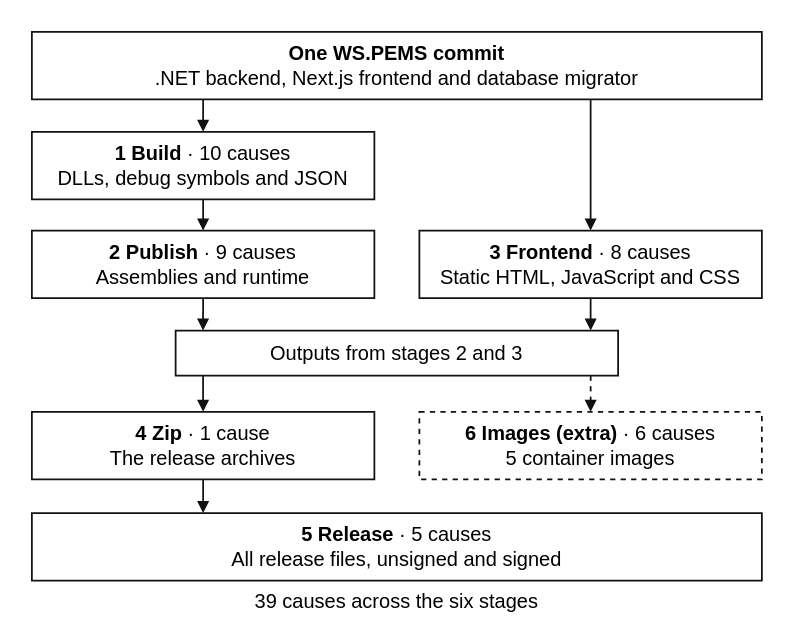
Before: 1-ws-pems/figures/rq1-stages-overview.drawio in leosakharoff/dotnet-rebuild-experiments, a draw.io diagram. Source tidied: cells renumbered, new cells numbered last; positions are measured from the earlier drawing's top-left corner, leaving out a move shared by most shapes. Both pictures are drawn from the tidied source at 125%, with x=0, y=0 at pixel (31, 31).
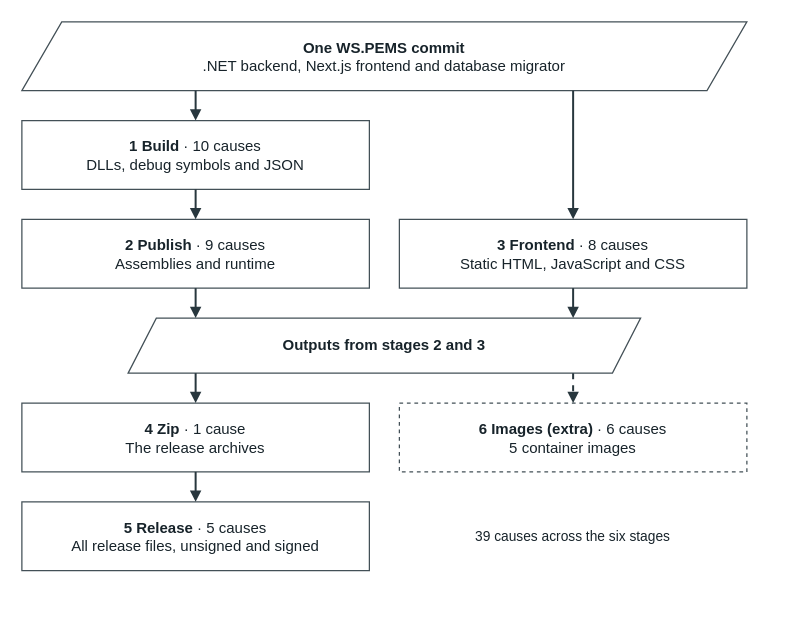
Above is the later version.

Commit message (it also covers changes not shown here):
RQ1 stages and procedure figures in the house style; the procedure as a loop

The edit, as a diff of the source:
```diff
@@
-<mxGraphModel background="#FFFFFF">
+<mxGraphModel background="#ffffff">
   <root>
     <mxCell id="0" />
     <mxCell id="1" parent="0" />
-    <mxCell id="2" value="&lt;b&gt;One WS.PEMS commit&lt;/b&gt;&lt;br&gt;.NET backend, Next.js frontend and database migrator" style="rounded=0;html=1;whiteSpace=wrap;align=center;verticalAlign=middle;spacing=4;fontFamily=Helvetica;fontSize=16;fontColor=#000000;fillColor=#ffffff;strokeColor=#111111;strokeWidth=1.4;" parent="1" vertex="1">
-      <mxGeometry width="584" height="54" as="geometry" />
+    <mxCell id="2" value="&lt;b&gt;One WS.PEMS commit&lt;/b&gt;&lt;br&gt;.NET backend, Next.js frontend and database migrator" style="shape=parallelogram;size=0.055;fillColor=#ffffff;strokeColor=#435057;html=1;whiteSpace=wrap;align=center;verticalAlign=middle;fontFamily=Helvetica;fontSize=12;fontColor=#17232a;strokeWidth=1;spacing=12;" parent="1" vertex="1">
+      <mxGeometry x="-8" y="-8" width="580" height="55" as="geometry" />
     </mxCell>
-    <mxCell id="3" value="&lt;b&gt;1 Build&lt;/b&gt; · 10 causes&lt;br&gt;DLLs, debug symbols and JSON" style="rounded=0;html=1;whiteSpace=wrap;align=center;verticalAlign=middle;spacing=4;fontFamily=Helvetica;fontSize=16;fontColor=#000000;fillColor=#ffffff;strokeColor=#111111;strokeWidth=1.4;" parent="1" vertex="1">
-      <mxGeometry y="80" width="274" height="54" as="geometry" />
+    <mxCell id="3" value="&lt;b&gt;1 Build&lt;/b&gt; · 10 causes&lt;br&gt;DLLs, debug symbols and JSON" style="rounded=0;fillColor=#ffffff;strokeColor=#435057;html=1;whiteSpace=wrap;align=center;verticalAlign=middle;fontFamily=Helvetica;fontSize=12;fontColor=#17232a;strokeWidth=1;spacing=12;" parent="1" vertex="1">
+      <mxGeometry x="-8" y="71" width="278" height="55" as="geometry" />
     </mxCell>
-    <mxCell id="4" value="&lt;b&gt;2 Publish&lt;/b&gt; · 9 causes&lt;br&gt;Assemblies and runtime" style="rounded=0;html=1;whiteSpace=wrap;align=center;verticalAlign=middle;spacing=4;fontFamily=Helvetica;fontSize=16;fontColor=#000000;fillColor=#ffffff;strokeColor=#111111;strokeWidth=1.4;" parent="1" vertex="1">
-      <mxGeometry y="159" width="274" height="54" as="geometry" />
+    <mxCell id="4" value="&lt;b&gt;2 Publish&lt;/b&gt; · 9 causes&lt;br&gt;Assemblies and runtime" style="rounded=0;fillColor=#ffffff;strokeColor=#435057;html=1;whiteSpace=wrap;align=center;verticalAlign=middle;fontFamily=Helvetica;fontSize=12;fontColor=#17232a;strokeWidth=1;spacing=12;" parent="1" vertex="1">
+      <mxGeometry x="-8" y="150" width="278" height="55" as="geometry" />
     </mxCell>
-    <mxCell id="5" value="&lt;b&gt;3 Frontend&lt;/b&gt; · 8 causes&lt;br&gt;Static HTML, JavaScript and CSS" style="rounded=0;html=1;whiteSpace=wrap;align=center;verticalAlign=middle;spacing=4;fontFamily=Helvetica;fontSize=16;fontColor=#000000;fillColor=#ffffff;strokeColor=#111111;strokeWidth=1.4;" parent="1" vertex="1">
-      <mxGeometry x="310" y="159" width="274" height="54" as="geometry" />
+    <mxCell id="5" value="&lt;b&gt;3 Frontend&lt;/b&gt; · 8 causes&lt;br&gt;Static HTML, JavaScript and CSS" style="rounded=0;fillColor=#ffffff;strokeColor=#435057;html=1;whiteSpace=wrap;align=center;verticalAlign=middle;fontFamily=Helvetica;fontSize=12;fontColor=#17232a;strokeWidth=1;spacing=12;" parent="1" vertex="1">
+      <mxGeometry x="294" y="150" width="278" height="55" as="geometry" />
     </mxCell>
-    <mxCell id="6" value="Outputs from stages 2 and 3" style="rounded=0;html=1;whiteSpace=wrap;align=center;verticalAlign=middle;spacing=4;fontFamily=Helvetica;fontSize=16;fontColor=#000000;fillColor=#ffffff;strokeColor=#111111;strokeWidth=1.4;" parent="1" vertex="1">
-      <mxGeometry x="115" y="239" width="354" height="36" as="geometry" />
+    <mxCell id="6" value="&lt;b&gt;Outputs from stages 2 and 3&lt;/b&gt;" style="shape=parallelogram;size=0.055;fillColor=#ffffff;strokeColor=#435057;html=1;whiteSpace=wrap;align=center;verticalAlign=middle;fontFamily=Helvetica;fontSize=12;fontColor=#17232a;strokeWidth=1;spacing=12;" parent="1" vertex="1">
+      <mxGeometry x="77" y="229" width="410" height="44" as="geometry" />
     </mxCell>
-    <mxCell id="7" value="&lt;b&gt;4 Zip&lt;/b&gt; · 1 cause&lt;br&gt;The release archives" style="rounded=0;html=1;whiteSpace=wrap;align=center;verticalAlign=middle;spacing=4;fontFamily=Helvetica;fontSize=16;fontColor=#000000;fillColor=#ffffff;strokeColor=#111111;strokeWidth=1.4;" parent="1" vertex="1">
-      <mxGeometry y="304" width="274" height="54" as="geometry" />
+    <mxCell id="7" value="&lt;b&gt;4 Zip&lt;/b&gt; · 1 cause&lt;br&gt;The release archives" style="rounded=0;fillColor=#ffffff;strokeColor=#435057;html=1;whiteSpace=wrap;align=center;verticalAlign=middle;fontFamily=Helvetica;fontSize=12;fontColor=#17232a;strokeWidth=1;spacing=12;" parent="1" vertex="1">
+      <mxGeometry x="-8" y="297" width="278" height="55" as="geometry" />
     </mxCell>
-    <mxCell id="8" value="&lt;b&gt;6 Images (extra)&lt;/b&gt; · 6 causes&lt;br&gt;5 container images" style="rounded=0;html=1;whiteSpace=wrap;align=center;verticalAlign=middle;spacing=4;fontFamily=Helvetica;fontSize=16;fontColor=#000000;fillColor=#ffffff;strokeColor=#111111;strokeWidth=1.4;dashed=1;" parent="1" vertex="1">
-      <mxGeometry x="310" y="304" width="274" height="54" as="geometry" />
+    <mxCell id="8" value="&lt;b&gt;6 Images (extra)&lt;/b&gt; · 6 causes&lt;br&gt;5 container images" style="rounded=0;fillColor=#ffffff;strokeColor=#435057;html=1;whiteSpace=wrap;align=center;verticalAlign=middle;fontFamily=Helvetica;fontSize=12;fontColor=#17232a;strokeWidth=1;spacing=12;dashed=1;" parent="1" vertex="1">
+      <mxGeometry x="294" y="297" width="278" height="55" as="geometry" />
     </mxCell>
-    <mxCell id="9" value="&lt;b&gt;5 Release&lt;/b&gt; · 5 causes&lt;br&gt;All release files, unsigned and signed" style="rounded=0;html=1;whiteSpace=wrap;align=center;verticalAlign=middle;spacing=4;fontFamily=Helvetica;fontSize=16;fontColor=#000000;fillColor=#ffffff;strokeColor=#111111;strokeWidth=1.4;" parent="1" vertex="1">
-      <mxGeometry y="385" width="584" height="54" as="geometry" />
+    <mxCell id="9" value="&lt;b&gt;5 Release&lt;/b&gt; · 5 causes&lt;br&gt;All release files, unsigned and signed" style="rounded=0;fillColor=#ffffff;strokeColor=#435057;html=1;whiteSpace=wrap;align=center;verticalAlign=middle;fontFamily=Helvetica;fontSize=12;fontColor=#17232a;strokeWidth=1;spacing=12;" parent="1" vertex="1">
+      <mxGeometry x="-8" y="376" width="278" height="55" as="geometry" />
     </mxCell>
-    <mxCell id="10" value="39 causes across the six stages" style="rounded=0;html=1;whiteSpace=wrap;align=center;verticalAlign=middle;spacing=4;fontFamily=Helvetica;fontSize=16;fontColor=#000000;fillColor=#ffffff;strokeColor=#111111;strokeWidth=1.4;strokeColor=none;fillColor=none;" parent="1" vertex="1">
-      <mxGeometry y="442" width="584" height="26" as="geometry" />
+    <mxCell id="10" value="39 causes across the six stages" style="fillColor=none;strokeColor=none;html=1;whiteSpace=wrap;align=center;verticalAlign=middle;fontFamily=Helvetica;fontSize=11;fontColor=#17232a;strokeWidth=1;spacing=0;" parent="1" vertex="1">
+      <mxGeometry x="294" y="376" width="278" height="55" as="geometry" />
     </mxCell>
-    <mxCell id="11" style="edgeStyle=none;rounded=0;html=1;endArrow=block;endFill=1;strokeColor=#111111;strokeWidth=1.4;exitX=0.2346;exitY=1;entryX=0.5;entryY=0;" parent="1" edge="1" source="2" target="3">
+    <mxCell id="11" style="html=1;strokeColor=#28373e;strokeWidth=1.6;endArrow=block;endFill=1;endSize=5;edgeStyle=none;jumpStyle=none;exitX=0.2396551724137931;exitY=1;entryX=0.5;entryY=0;exitPerimeter=0;entryPerimeter=0;rounded=0;" parent="1" edge="1" source="2" target="3">
       <mxGeometry relative="1" as="geometry" />
     </mxCell>
-    <mxCell id="12" style="edgeStyle=none;rounded=0;html=1;endArrow=block;endFill=1;strokeColor=#111111;strokeWidth=1.4;exitX=0.7654;exitY=1;entryX=0.5;entryY=0;" parent="1" edge="1" source="2" target="5">
+    <mxCell id="12" style="html=1;strokeColor=#28373e;strokeWidth=1.6;endArrow=block;endFill=1;endSize=5;edgeStyle=none;jumpStyle=none;exitX=0.7603448275862069;exitY=1;entryX=0.5;entryY=0;exitPerimeter=0;entryPerimeter=0;rounded=0;" parent="1" edge="1" source="2" target="5">
       <mxGeometry relative="1" as="geometry" />
     </mxCell>
-    <mxCell id="13" style="edgeStyle=none;rounded=0;html=1;endArrow=block;endFill=1;strokeColor=#111111;strokeWidth=1.4;exitX=0.5;exitY=1;entryX=0.5;entryY=0;" parent="1" edge="1" source="3" target="4">
+    <mxCell id="13" style="html=1;strokeColor=#28373e;strokeWidth=1.6;endArrow=block;endFill=1;endSize=5;edgeStyle=none;jumpStyle=none;exitX=0.5;exitY=1;entryX=0.5;entryY=0;exitPerimeter=0;entryPerimeter=0;rounded=0;" parent="1" edge="1" source="3" target="4">
       <mxGeometry relative="1" as="geometry" />
     </mxCell>
-    <mxCell id="14" style="edgeStyle=none;rounded=0;html=1;endArrow=block;endFill=1;strokeColor=#111111;strokeWidth=1.4;exitX=0.5;exitY=1;entryX=0.062;entryY=0;" parent="1" edge="1" source="4" target="6">
+    <mxCell id="14" style="html=1;strokeColor=#28373e;strokeWidth=1.6;endArrow=block;endFill=1;endSize=5;edgeStyle=none;jumpStyle=none;exitX=0.5;exitY=1;entryX=0.13170731707317074;entryY=0;exitPerimeter=0;entryPerimeter=0;rounded=0;" parent="1" edge="1" source="4" target="6">
       <mxGeometry relative="1" as="geometry" />
     </mxCell>
-    <mxCell id="15" style="edgeStyle=none;rounded=0;html=1;endArrow=block;endFill=1;strokeColor=#111111;strokeWidth=1.4;exitX=0.5;exitY=1;entryX=0.938;entryY=0;" parent="1" edge="1" source="5" target="6">
+    <mxCell id="15" style="html=1;strokeColor=#28373e;strokeWidth=1.6;endArrow=block;endFill=1;endSize=5;edgeStyle=none;jumpStyle=none;exitX=0.5;exitY=1;entryX=0.8682926829268293;entryY=0;exitPerimeter=0;entryPerimeter=0;rounded=0;" parent="1" edge="1" source="5" target="6">
       <mxGeometry relative="1" as="geometry" />
     </mxCell>
-    <mxCell id="16" style="edgeStyle=none;rounded=0;html=1;endArrow=block;endFill=1;strokeColor=#111111;strokeWidth=1.4;exitX=0.062;exitY=1;entryX=0.5;entryY=0;" parent="1" edge="1" source="6" target="7">
+    <mxCell id="16" style="html=1;strokeColor=#28373e;strokeWidth=1.6;endArrow=block;endFill=1;endSize=5;edgeStyle=none;jumpStyle=none;exitX=0.13170731707317074;exitY=1;entryX=0.5;entryY=0;exitPerimeter=0;entryPerimeter=0;rounded=0;" parent="1" edge="1" source="6" target="7">
       <mxGeometry relative="1" as="geometry" />
     </mxCell>
-    <mxCell id="17" style="edgeStyle=none;rounded=0;html=1;endArrow=block;endFill=1;strokeColor=#111111;strokeWidth=1.4;exitX=0.938;exitY=1;entryX=0.5;entryY=0;dashed=1;" parent="1" edge="1" source="6" target="8">
+    <mxCell id="17" style="html=1;strokeColor=#28373e;strokeWidth=1.6;endArrow=block;endFill=1;endSize=5;edgeStyle=none;jumpStyle=none;exitX=0.8682926829268293;exitY=1;entryX=0.5;entryY=0;exitPerimeter=0;entryPerimeter=0;rounded=0;dashed=1;" parent="1" edge="1" source="6" target="8">
       <mxGeometry relative="1" as="geometry" />
     </mxCell>
-    <mxCell id="18" style="edgeStyle=none;rounded=0;html=1;endArrow=block;endFill=1;strokeColor=#111111;strokeWidth=1.4;exitX=0.5;exitY=1;entryX=0.2346;entryY=0;" parent="1" edge="1" source="7" target="9">
+    <mxCell id="18" style="html=1;strokeColor=#28373e;strokeWidth=1.6;endArrow=block;endFill=1;endSize=5;edgeStyle=none;jumpStyle=none;exitX=0.5;exitY=1;entryX=0.5;entryY=0;exitPerimeter=0;entryPerimeter=0;rounded=0;" parent="1" edge="1" source="7" target="9">
       <mxGeometry relative="1" as="geometry" />
     </mxCell>
   </root>
 </mxGraphModel>
```
